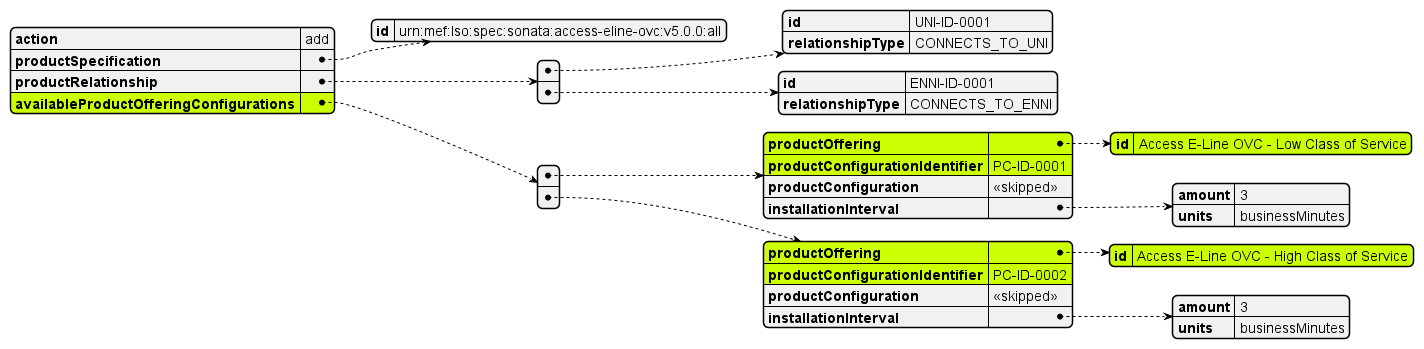
This is documentation/productApi/availabilityAndPricingDiscovery/media/uc1responseStructure.png from MEF-GIT/MEF-LSO-Sonata-SDK, a PlantUML export, as it was before one commit. Source of this version:
```plantuml
@startjson


#highlight "availableProductOfferingConfigurations"

#highlight "availableProductOfferingConfigurations" / "0" / "productOffering"
#highlight "availableProductOfferingConfigurations" / "0" / "productOffering" / "id"
#highlight "availableProductOfferingConfigurations" / "0" / "productConfigurationIdentifier"

#highlight "availableProductOfferingConfigurations" / "1" / "productOffering"
#highlight "availableProductOfferingConfigurations" / "1" / "productOffering" / "id"
#highlight "availableProductOfferingConfigurations" / "1" / "productConfigurationIdentifier"


{
  "action": "add",
  "productSpecification": {
    "id": "urn:mef:lso:spec:sonata:access-eline-ovc:v5.0.0:all"
  },
  "productRelationship": [
    {
      "id": "UNI-ID-0001",
      "relationshipType": "CONNECTS_TO_UNI"
    },
    {
      "id": "ENNI-ID-0001",
      "relationshipType": "CONNECTS_TO_ENNI"
    }
  ],
  "availableProductOfferingConfigurations": [
    {
      "productOffering": {
        "id": "Access E-Line OVC - Low Class of Service"
      },
      "productConfigurationIdentifier": "PC-ID-0001",
      "productConfiguration": "<<skipped>>",
      "installationInterval": {
        "amount": 3,
        "units": "businessMinutes"
      }
    },
    {
      "productOffering": {
        "id": "Access E-Line OVC - High Class of Service"
      },
      "productConfigurationIdentifier": "PC-ID-0002",
      "productConfiguration": "<<skipped>>",
      "installationInterval": {
        "amount": 3,
        "units": "businessMinutes"
      }
    }
  ]
}

@endjson
```
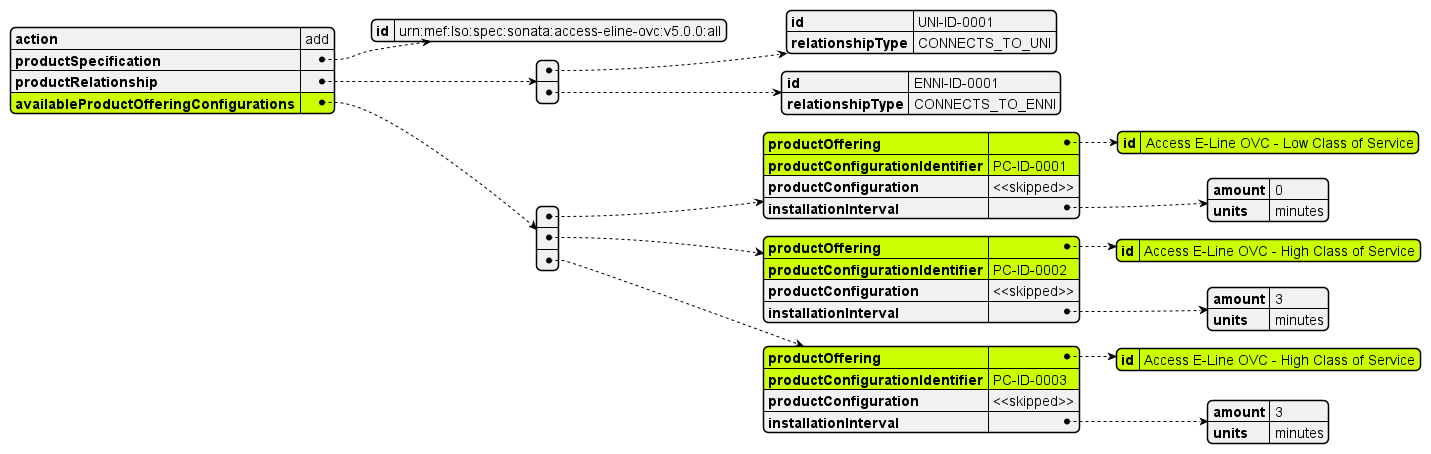
Later version of the same file.

The edit, as a diff of the source:
```diff
@@ -10,6 +10,10 @@
 #highlight "availableProductOfferingConfigurations" / "1" / "productOffering"
 #highlight "availableProductOfferingConfigurations" / "1" / "productOffering" / "id"
 #highlight "availableProductOfferingConfigurations" / "1" / "productConfigurationIdentifier"
+
+#highlight "availableProductOfferingConfigurations" / "2" / "productOffering"
+#highlight "availableProductOfferingConfigurations" / "2" / "productOffering" / "id"
+#highlight "availableProductOfferingConfigurations" / "2" / "productConfigurationIdentifier"
 
 
 {
@@ -35,8 +39,8 @@
       "productConfigurationIdentifier": "PC-ID-0001",
       "productConfiguration": "<<skipped>>",
       "installationInterval": {
-        "amount": 3,
-        "units": "businessMinutes"
+        "amount": 0,
+        "units": "minutes"
       }
     },
     {
@@ -47,7 +51,18 @@
       "productConfiguration": "<<skipped>>",
       "installationInterval": {
         "amount": 3,
-        "units": "businessMinutes"
+        "units": "minutes"
+      }
+    },
+    {
+      "productOffering": {
+        "id": "Access E-Line OVC - High Class of Service"
+      },
+      "productConfigurationIdentifier": "PC-ID-0003",
+      "productConfiguration": "<<skipped>>",
+      "installationInterval": {
+        "amount": 3,
+        "units": "minutes"
       }
     }
   ]
```
